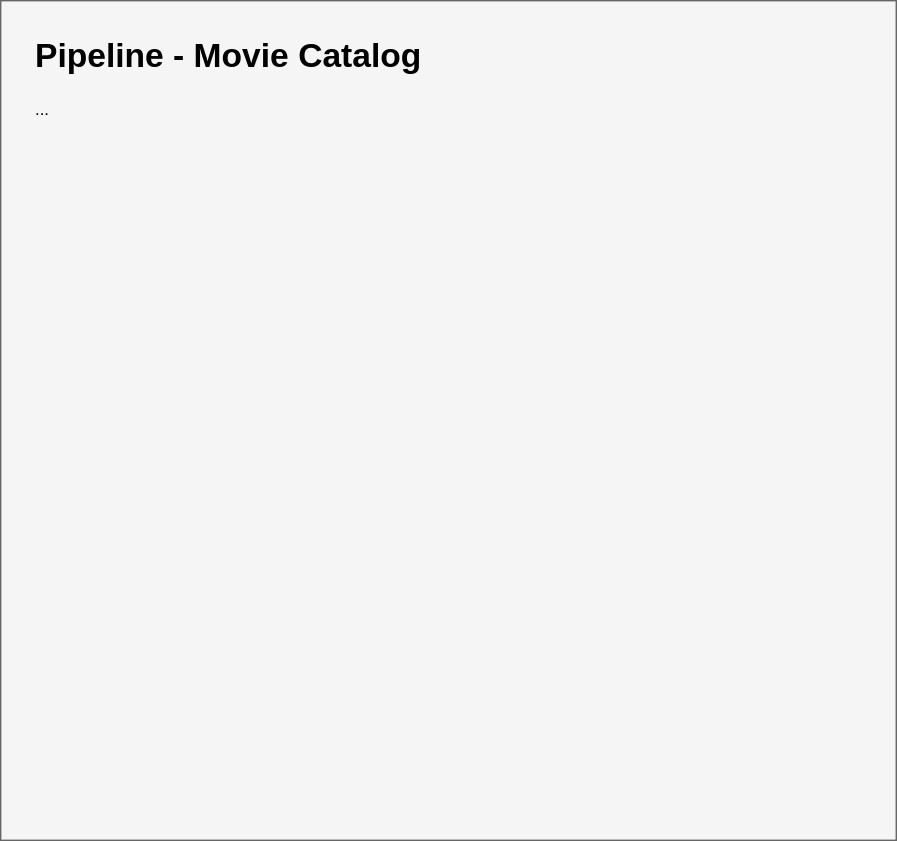
This is images/OF_Mini_Pipeline.svg from annagapuz/cicd-comparison, a draw.io export, as it was before one commit. Source tidied: cells renumbered, new cells last; positions are measured from the earlier drawing's top-left corner, leaving out a move shared by most shapes. Its diagram source:
```xml
<mxGraphModel>
  <root>
    <mxCell id="0" />
    <mxCell id="1" parent="0" />
    <mxCell id="2" style="rounded=0;whiteSpace=wrap;html=1;sketch=0;align=center;fillColor=#f5f5f5;strokeColor=#666666;fontColor=#333333;" parent="1" vertex="1">
      <mxGeometry width="640" height="600" as="geometry" />
    </mxCell>
    <mxCell id="3" value="&lt;h1&gt;Pipeline - Movie Catalog&lt;br&gt;&lt;/h1&gt;..." style="text;html=1;strokeColor=none;fillColor=none;spacing=5;spacingTop=-20;whiteSpace=wrap;overflow=hidden;" parent="1" vertex="1">
      <mxGeometry x="20" y="20" width="380" height="100" as="geometry" />
    </mxCell>
  </root>
</mxGraphModel>
```
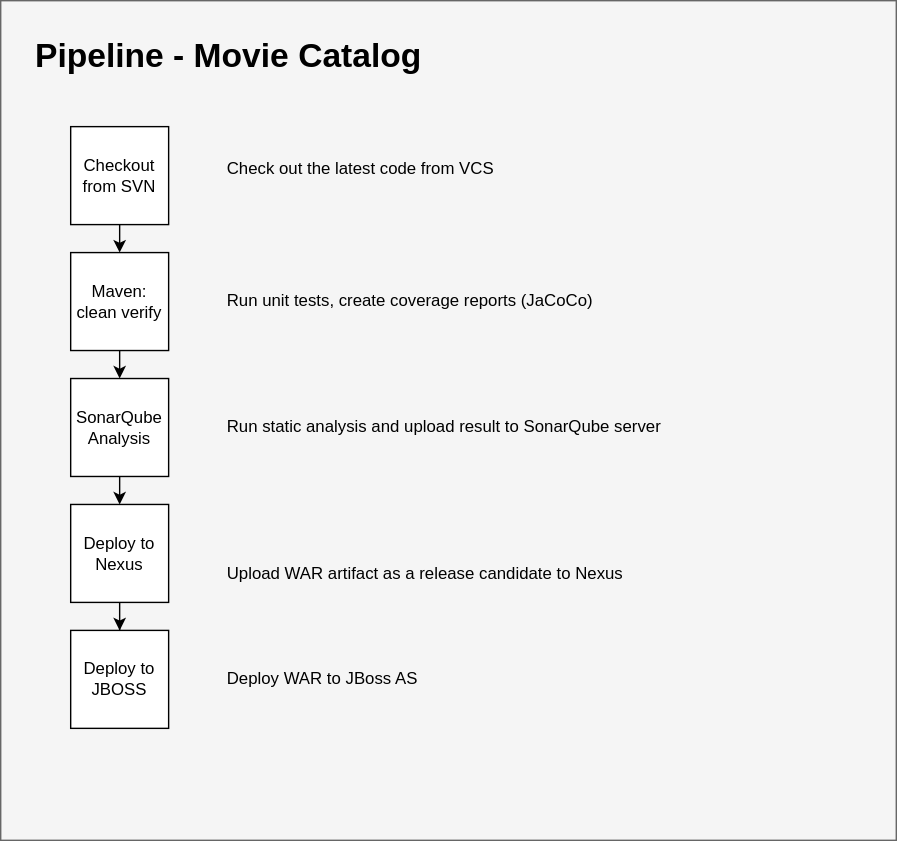
The same file after the commit.

Change to the diagram source:
```diff
@@ -5,8 +5,50 @@
     <mxCell id="2" style="rounded=0;whiteSpace=wrap;html=1;sketch=0;align=center;fillColor=#f5f5f5;strokeColor=#666666;fontColor=#333333;" parent="1" vertex="1">
       <mxGeometry width="640" height="600" as="geometry" />
     </mxCell>
-    <mxCell id="3" value="&lt;h1&gt;Pipeline - Movie Catalog&lt;br&gt;&lt;/h1&gt;..." style="text;html=1;strokeColor=none;fillColor=none;spacing=5;spacingTop=-20;whiteSpace=wrap;overflow=hidden;" parent="1" vertex="1">
-      <mxGeometry x="20" y="20" width="380" height="100" as="geometry" />
+    <mxCell id="3" value="&lt;h1&gt;Pipeline - Movie Catalog&lt;br&gt;&lt;/h1&gt;" style="text;html=1;strokeColor=none;fillColor=none;spacing=5;spacingTop=-20;whiteSpace=wrap;overflow=hidden;" parent="1" vertex="1">
+      <mxGeometry x="20" y="20" width="380" height="50" as="geometry" />
     </mxCell>
+    <mxCell id="4" style="edgeStyle=orthogonalEdgeStyle;rounded=0;jettySize=auto;html=1;exitX=0.5;exitY=1;exitDx=0;exitDy=0;entryX=0.5;entryY=0;entryDx=0;entryDy=0;" parent="1" edge="1" source="5" target="7">
+      <mxGeometry relative="1" as="geometry" />
+    </mxCell>
+    <mxCell id="5" value="&lt;div&gt;Checkout&lt;/div&gt;&lt;div&gt;from SVN&lt;/div&gt;" style="whiteSpace=wrap;html=1;" parent="1" vertex="1">
+      <mxGeometry x="50" y="90" width="70" height="70" as="geometry" />
+    </mxCell>
+    <mxCell id="6" style="edgeStyle=orthogonalEdgeStyle;rounded=0;jettySize=auto;html=1;exitX=0.5;exitY=1;exitDx=0;exitDy=0;entryX=0.5;entryY=0;entryDx=0;entryDy=0;" parent="1" edge="1" source="7" target="9">
+      <mxGeometry relative="1" as="geometry" />
+    </mxCell>
+    <mxCell id="7" value="&lt;div&gt;Maven:&lt;/div&gt;&lt;div&gt;clean verify&lt;br&gt;&lt;/div&gt;" style="whiteSpace=wrap;html=1;" parent="1" vertex="1">
+      <mxGeometry x="50" y="180" width="70" height="70" as="geometry" />
+    </mxCell>
+    <mxCell id="8" style="edgeStyle=orthogonalEdgeStyle;rounded=0;jettySize=auto;html=1;exitX=0.5;exitY=1;exitDx=0;exitDy=0;entryX=0.5;entryY=0;entryDx=0;entryDy=0;" parent="1" edge="1" source="9" target="11">
+      <mxGeometry relative="1" as="geometry" />
+    </mxCell>
+    <mxCell id="9" value="SonarQube Analysis" style="whiteSpace=wrap;html=1;" parent="1" vertex="1">
+      <mxGeometry x="50" y="270" width="70" height="70" as="geometry" />
+    </mxCell>
+    <mxCell id="10" style="edgeStyle=orthogonalEdgeStyle;rounded=0;jettySize=auto;html=1;exitX=0.5;exitY=1;exitDx=0;exitDy=0;" parent="1" edge="1" source="11" target="12">
+      <mxGeometry relative="1" as="geometry" />
+    </mxCell>
+    <mxCell id="11" value="Deploy to Nexus" style="whiteSpace=wrap;html=1;" parent="1" vertex="1">
+      <mxGeometry x="50" y="360" width="70" height="70" as="geometry" />
+    </mxCell>
+    <mxCell id="12" value="Deploy to JBOSS" style="whiteSpace=wrap;html=1;" parent="1" vertex="1">
+      <mxGeometry x="50" y="450" width="70" height="70" as="geometry" />
+    </mxCell>
+    <mxCell id="13" value="&lt;div align=&quot;left&quot;&gt;Run unit tests, create coverage reports (JaCoCo)&lt;br&gt;&lt;/div&gt;" style="text;html=1;strokeColor=none;fillColor=none;align=left;verticalAlign=middle;whiteSpace=wrap;rounded=0;" parent="1" vertex="1">
+      <mxGeometry x="160" y="205" width="440" height="20" as="geometry" />
+    </mxCell>
+    <mxCell id="14" value="&lt;div align=&quot;left&quot;&gt;Run static analysis and upload result to SonarQube server&lt;br&gt;&lt;/div&gt;" style="text;html=1;strokeColor=none;fillColor=none;align=left;verticalAlign=middle;whiteSpace=wrap;rounded=0;" parent="1" vertex="1">
+      <mxGeometry x="160" y="295" width="440" height="20" as="geometry" />
+    </mxCell>
+    <mxCell id="15" value="&lt;div align=&quot;left&quot;&gt;Check out the latest code from VCS&lt;br&gt;&lt;/div&gt;" style="text;html=1;strokeColor=none;fillColor=none;align=left;verticalAlign=middle;whiteSpace=wrap;rounded=0;" parent="1" vertex="1">
+      <mxGeometry x="160" y="110" width="440" height="20" as="geometry" />
+    </mxCell>
+    <mxCell id="16" value="&lt;div align=&quot;left&quot;&gt;Upload WAR artifact as a release candidate to Nexus&lt;br&gt;&lt;/div&gt;" style="text;html=1;strokeColor=none;fillColor=none;align=left;verticalAlign=middle;whiteSpace=wrap;rounded=0;" parent="1" vertex="1">
+      <mxGeometry x="160" y="400" width="440" height="20" as="geometry" />
+    </mxCell>
+    <mxCell id="17" value="&lt;div align=&quot;left&quot;&gt;Deploy WAR to JBoss AS&lt;br&gt;&lt;/div&gt;" style="text;html=1;strokeColor=none;fillColor=none;align=left;verticalAlign=middle;whiteSpace=wrap;rounded=0;" parent="1" vertex="1">
+      <mxGeometry x="160" y="475" width="440" height="20" as="geometry" />
+    </mxCell>
   </root>
 </mxGraphModel>
```
